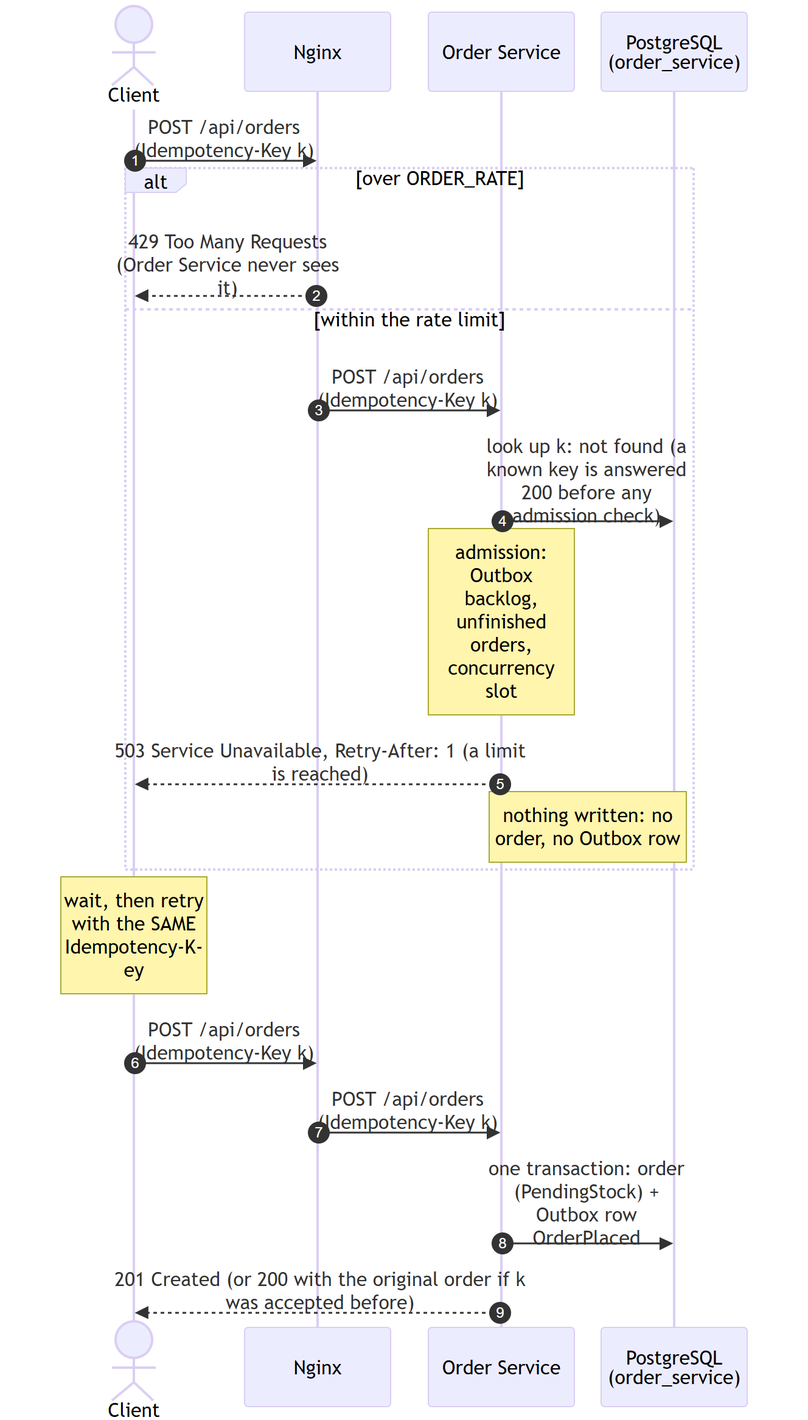
Above: report/figures/seq-fail-overload-refusal.png in VuTanMinh/flash-sale-microservices (Mermaid), before the change. Its source is kept beside it as report/figures/seq-fail-overload-refusal.mmd.
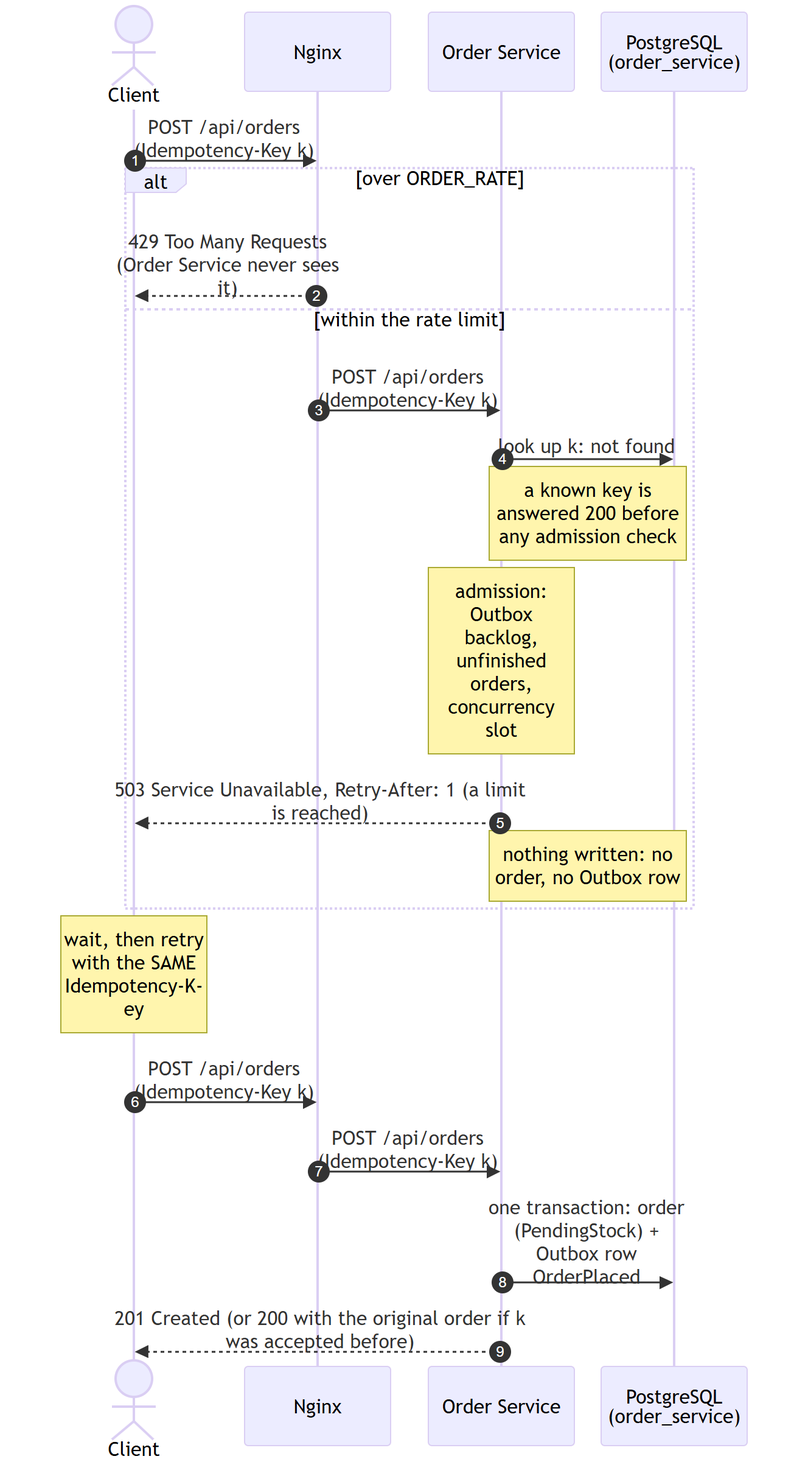
After the change.

Diff of the diagram source:
```diff
@@ -9,7 +9,8 @@
         NX-->>Client: 429 Too Many Requests (Order Service never sees it)
     else within the rate limit
         NX->>OS: POST /api/orders (Idempotency-Key k)
-        OS->>PGO: look up k: not found (a known key is answered 200 before any admission check)
+        OS->>PGO: look up k: not found
+        Note over OS,PGO: a known key is answered 200 before any admission check
         Note over OS: admission: Outbox backlog, unfinished orders, concurrency slot
         OS-->>Client: 503 Service Unavailable, Retry-After: 1 (a limit is reached)
         Note over OS,PGO: nothing written: no order, no Outbox row
```
